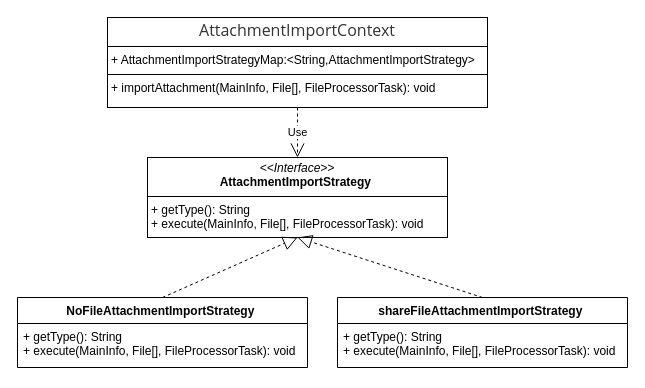
Above: 清查云/导入附件.drawio in g1823/Draw (draw.io), before the change. Source tidied: cells renumbered, new cells numbered last; positions are measured from the earlier drawing's top-left corner, leaving out a move shared by most shapes. Both pictures are drawn from the tidied source at 100%, with x=0, y=0 at pixel (17, 17).
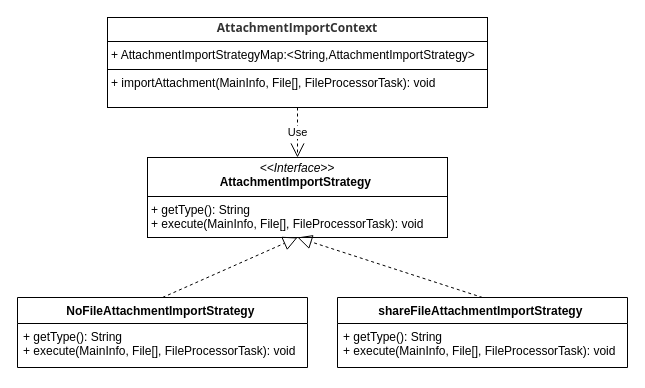
The same diagram, later.

Commit message (it also covers changes not shown here):
更新导入附件.drawio

The edit, as a diff of the source:
```diff
@@
 <mxGraphModel>
   <root>
     <mxCell id="0" />
     <mxCell id="1" parent="0" />
-    <mxCell id="2" value="&lt;p style=&quot;margin:0px;margin-top:4px;text-align:center;&quot;&gt;&lt;span style=&quot;color: rgb(51, 51, 51); font-family: &amp;quot;Open Sans&amp;quot;, &amp;quot;Clear Sans&amp;quot;, &amp;quot;Helvetica Neue&amp;quot;, Helvetica, Arial, sans-serif; font-size: 16px; orphans: 4; text-align: start; white-space-collapse: preserve; background-color: rgb(255, 255, 255);&quot;&gt;AttachmentImportContext&lt;/span&gt;&lt;/p&gt;&lt;hr size=&quot;1&quot; style=&quot;border-style:solid;&quot;&gt;&lt;p style=&quot;margin:0px;margin-left:4px;&quot;&gt;+ AttachmentImportStrategyMap:&amp;lt;String,AttachmentImportStrategy&amp;gt;&lt;/p&gt;&lt;hr size=&quot;1&quot; style=&quot;border-style:solid;&quot;&gt;&lt;p style=&quot;margin:0px;margin-left:4px;&quot;&gt;+ importAttachment(MainInfo, File[], FileProcessorTask): void&lt;/p&gt;" style="verticalAlign=top;align=left;overflow=fill;html=1;whiteSpace=wrap;" parent="1" vertex="1">
+    <mxCell id="2" value="&lt;p style=&quot;margin:0px;margin-top:4px;text-align:center;&quot;&gt;&lt;span style=&quot;color: rgb(51, 51, 51); font-family: &amp;quot;Open Sans&amp;quot;, &amp;quot;Clear Sans&amp;quot;, &amp;quot;Helvetica Neue&amp;quot;, Helvetica, Arial, sans-serif; orphans: 4; text-align: start; white-space-collapse: preserve; background-color: rgb(255, 255, 255);&quot;&gt;&lt;font&gt;&lt;b&gt;AttachmentImportContext&lt;/b&gt;&lt;/font&gt;&lt;/span&gt;&lt;/p&gt;&lt;hr size=&quot;1&quot; style=&quot;border-style:solid;&quot;&gt;&lt;p style=&quot;margin:0px;margin-left:4px;&quot;&gt;+ AttachmentImportStrategyMap:&amp;lt;String,AttachmentImportStrategy&amp;gt;&lt;/p&gt;&lt;hr size=&quot;1&quot; style=&quot;border-style:solid;&quot;&gt;&lt;p style=&quot;margin:0px;margin-left:4px;&quot;&gt;+ importAttachment(MainInfo, File[], FileProcessorTask): void&lt;/p&gt;" style="verticalAlign=top;align=left;overflow=fill;html=1;whiteSpace=wrap;" parent="1" vertex="1">
       <mxGeometry x="90" width="380" height="90" as="geometry" />
     </mxCell>
     <mxCell id="3" value="&lt;p style=&quot;margin:0px;margin-top:4px;text-align:center;&quot;&gt;&lt;i&gt;&amp;lt;&amp;lt;Interface&amp;gt;&amp;gt;&lt;/i&gt;&lt;br&gt;&lt;b&gt;AttachmentImportStrategy&amp;nbsp;&lt;/b&gt;&lt;/p&gt;&lt;hr size=&quot;1&quot; style=&quot;border-style:solid;&quot;&gt;&lt;p style=&quot;margin:0px;margin-left:4px;&quot;&gt;+ getType(): String&lt;br&gt;+ execute(MainInfo, File[], FileProcessorTask): void&lt;/p&gt;" style="verticalAlign=top;align=left;overflow=fill;html=1;whiteSpace=wrap;" parent="1" vertex="1">
       <mxGeometry x="130" y="140" width="300" height="80" as="geometry" />
     </mxCell>
     <mxCell id="4" value="&lt;b&gt;NoFileAttachmentImportStrategy&amp;nbsp;&lt;/b&gt;" style="swimlane;fontStyle=1;align=center;verticalAlign=top;horizontal=1;startSize=26;whiteSpace=wrap;html=1;" parent="1" vertex="1">
       <mxGeometry y="280" width="290" height="70" as="geometry" />
     </mxCell>
     <mxCell id="5" value="+ getType(): String&lt;br&gt;+ execute(MainInfo, File[], FileProcessorTask): void" style="text;strokeColor=none;fillColor=none;align=left;verticalAlign=top;spacingLeft=4;spacingRight=4;overflow=hidden;whiteSpace=wrap;html=1;" parent="4" vertex="1">
       <mxGeometry y="26" width="290" height="44" as="geometry" />
     </mxCell>
     <mxCell id="6" value="shareFileAttachmentImportStrategy&amp;nbsp;" style="swimlane;fontStyle=1;align=center;verticalAlign=top;horizontal=1;startSize=26;whiteSpace=wrap;html=1;" parent="1" vertex="1">
       <mxGeometry x="320" y="280" width="290" height="70" as="geometry" />
     </mxCell>
     <mxCell id="7" value="+ getType(): String&lt;br&gt;+ execute(MainInfo, File[], FileProcessorTask): void" style="text;strokeColor=none;fillColor=none;align=left;verticalAlign=top;spacingLeft=4;spacingRight=4;overflow=hidden;whiteSpace=wrap;html=1;" parent="6" vertex="1">
       <mxGeometry y="26" width="290" height="44" as="geometry" />
     </mxCell>
     <mxCell id="8" style="endArrow=block;dashed=1;endFill=0;endSize=12;html=1;rounded=0;entryX=0.5;entryY=1;entryDx=0;entryDy=0;exitX=0.5;exitY=0;exitDx=0;exitDy=0;" parent="1" edge="1" source="6" target="3">
       <mxGeometry relative="1" as="geometry" />
     </mxCell>
     <mxCell id="9" style="endArrow=block;dashed=1;endFill=0;endSize=12;html=1;rounded=0;exitX=0.5;exitY=0;exitDx=0;exitDy=0;entryX=0.5;entryY=1;entryDx=0;entryDy=0;" parent="1" edge="1" source="4" target="3">
       <mxGeometry relative="1" as="geometry" />
     </mxCell>
     <mxCell id="10" value="Use" style="endArrow=open;endSize=12;dashed=1;html=1;rounded=0;exitX=0.5;exitY=1;exitDx=0;exitDy=0;entryX=0.5;entryY=0;entryDx=0;entryDy=0;" parent="1" edge="1" source="2" target="3">
       <mxGeometry relative="1" as="geometry" />
     </mxCell>
   </root>
 </mxGraphModel>
```
